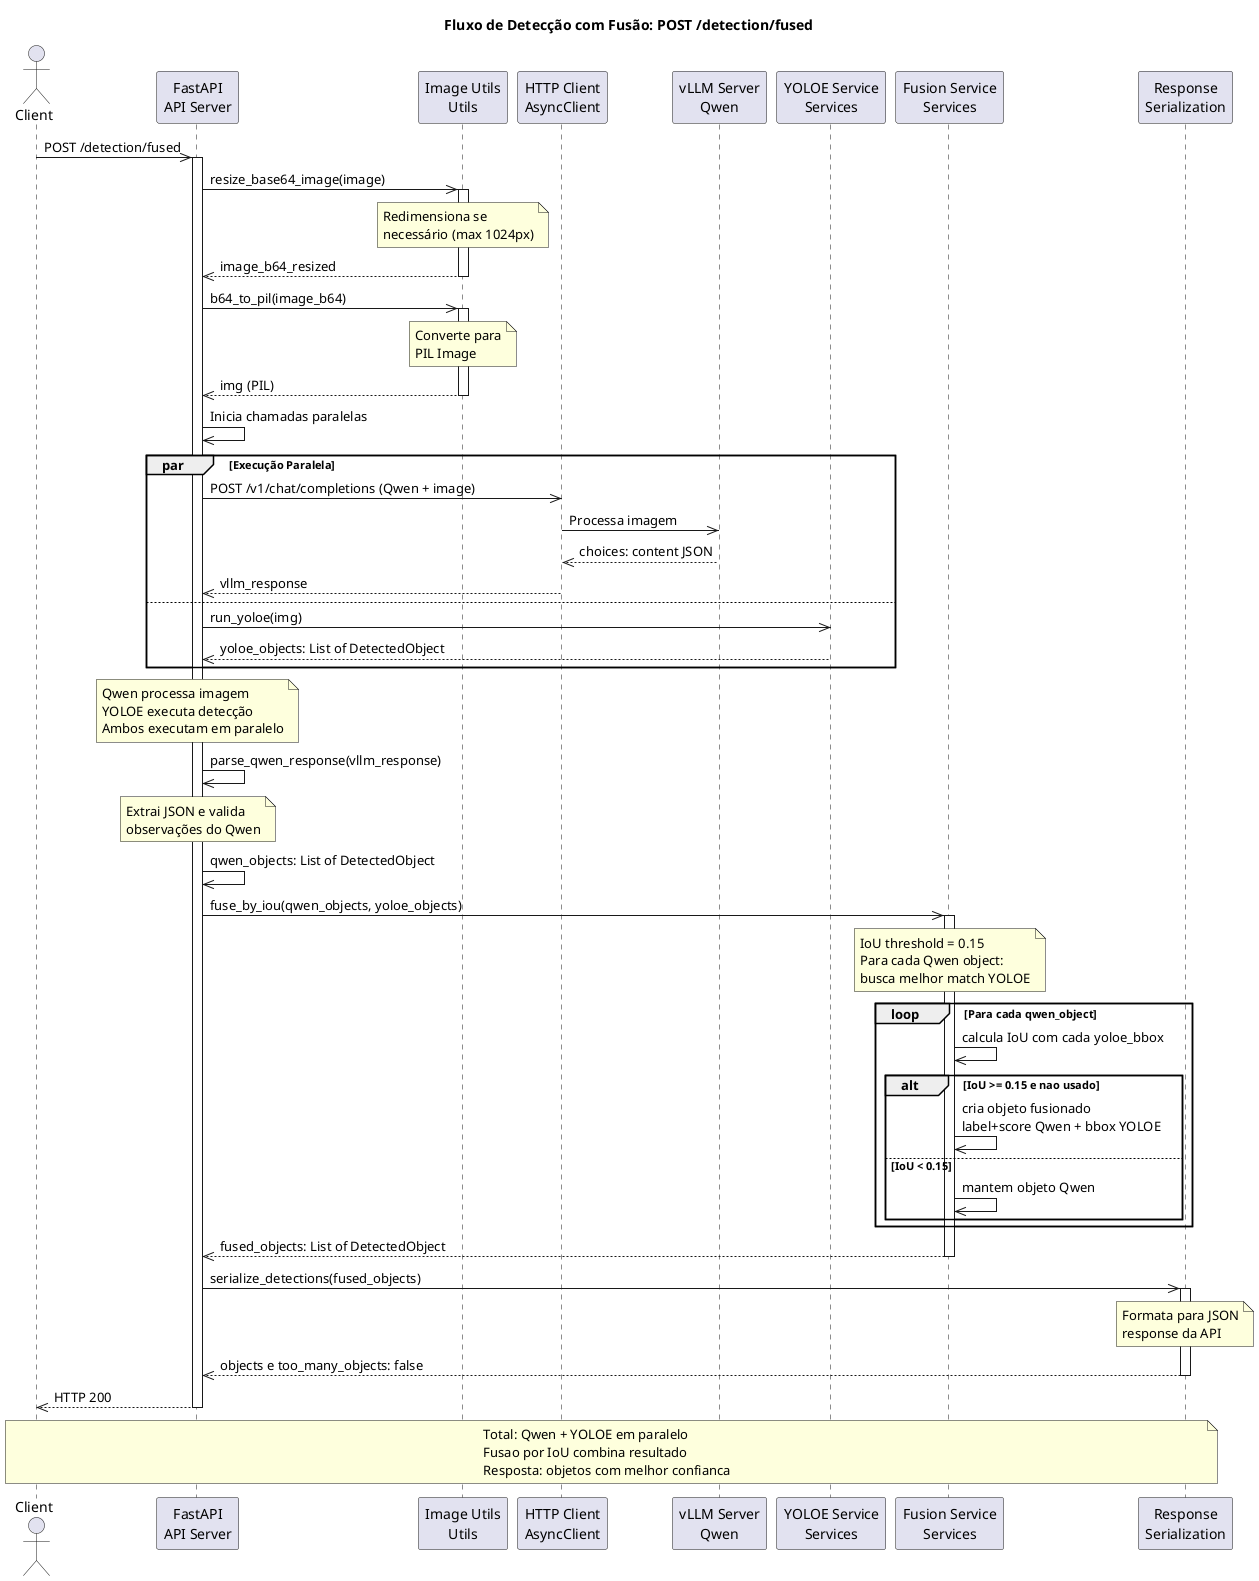
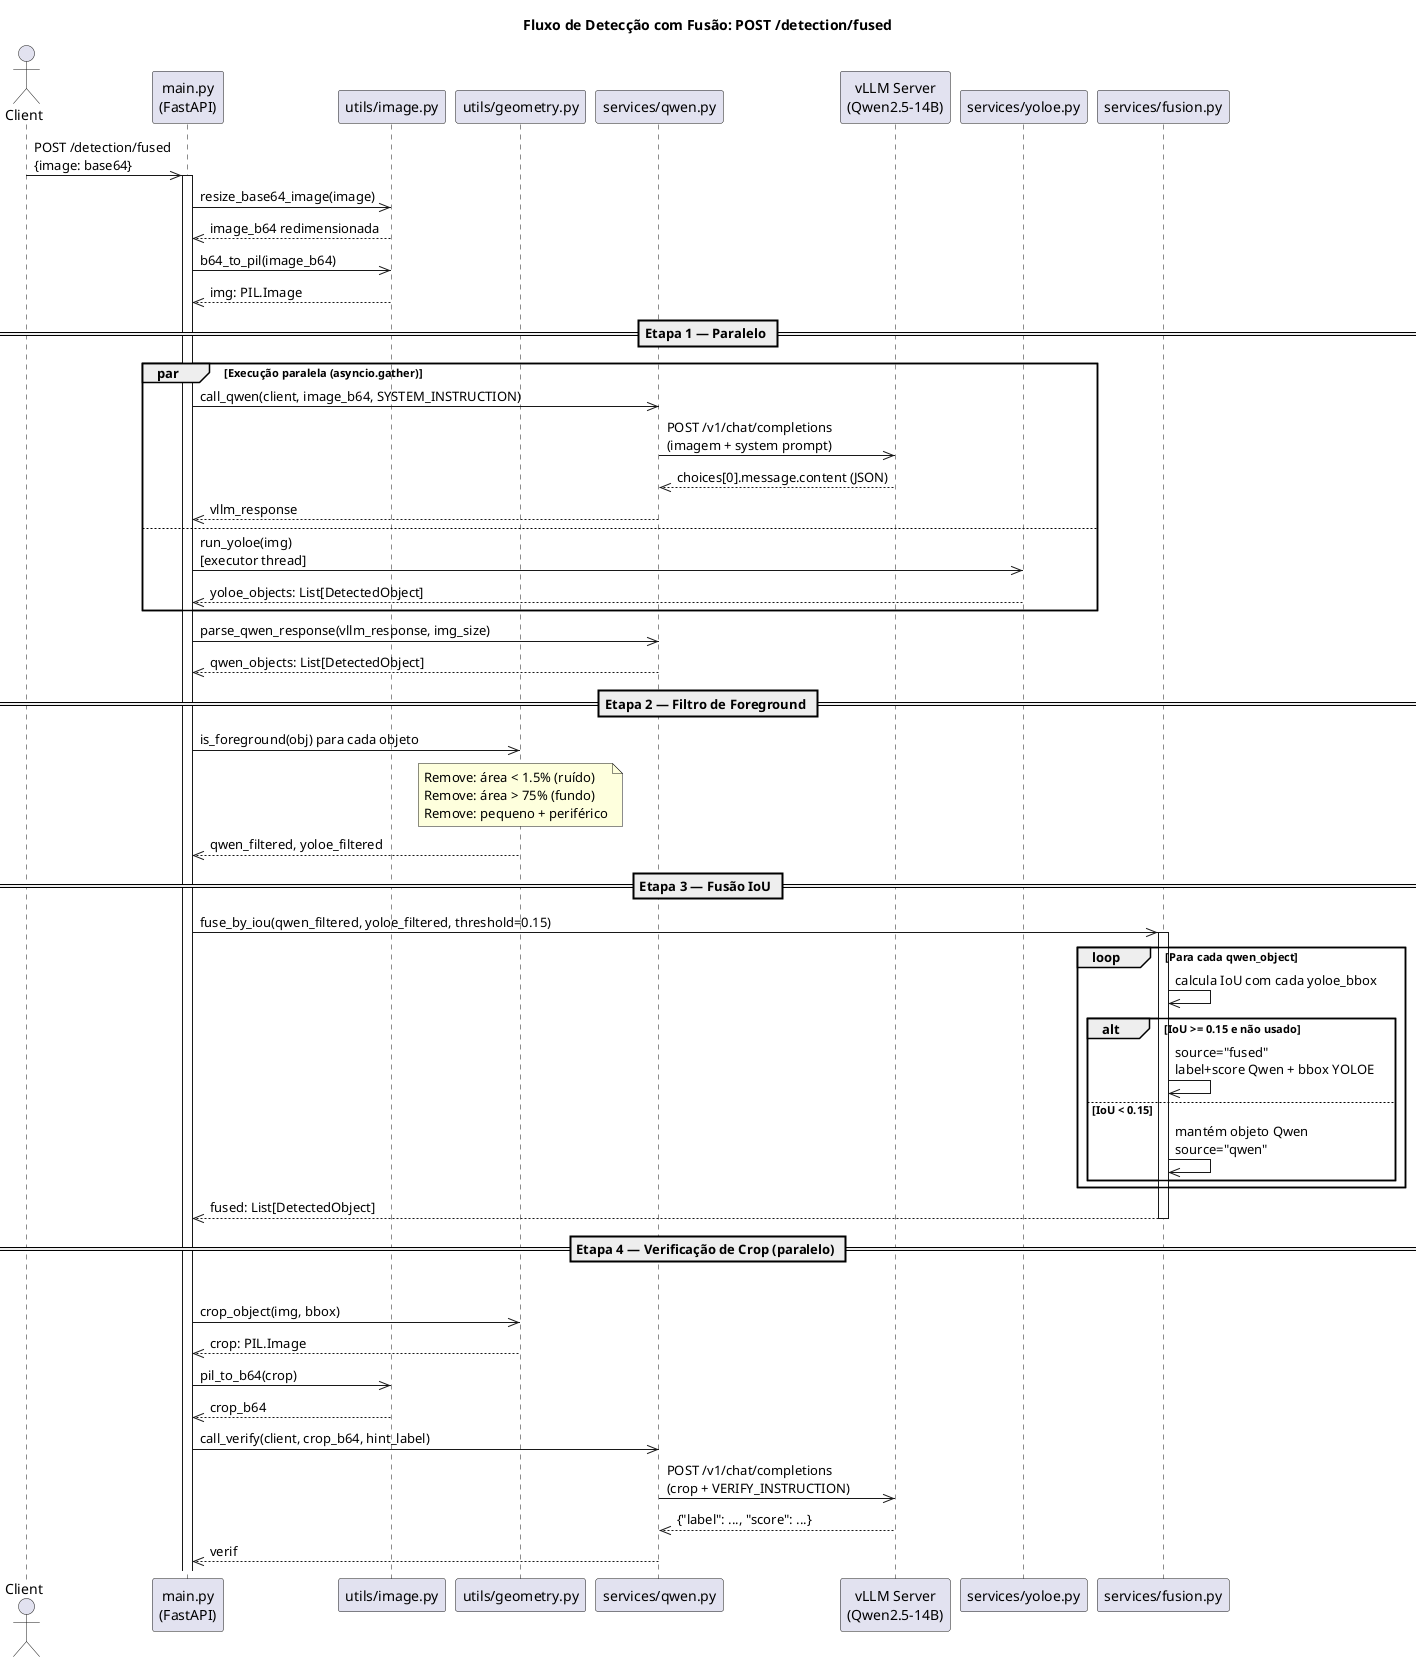
@startuml sequence
title Fluxo de Detecção com Fusão: POST /detection/fused

actor Client as C
- participant "FastAPI\nAPI Server" as API
- participant "Image Utils\nUtils" as IMG
- participant "HTTP Client\nAsyncClient" as HTTP
- participant "vLLM Server\nQwen" as QWEN_SRV
- participant "YOLOE Service\nServices" as YOLOE
- participant "Fusion Service\nServices" as FUSION
- participant "Response\nSerialization" as SER
+ participant "main.py\n(FastAPI)" as API
+ participant "utils/image.py" as IMG
+ participant "utils/geometry.py" as GEO
+ participant "services/qwen.py" as QWEN
+ participant "vLLM Server\n(Qwen2.5-14B)" as VLLM
+ participant "services/yoloe.py" as YOLOE
+ participant "services/fusion.py" as FUSION

- C ->> API: POST /detection/fused
+ C ->> API: POST /detection/fused\n{image: base64}
activate API

API ->> IMG: resize_base64_image(image)
- activate IMG
- note over IMG: Redimensiona se\nnecessário (max 1024px)
- IMG -->> API: image_b64_resized
- deactivate IMG
+ IMG -->> API: image_b64 redimensionada

API ->> IMG: b64_to_pil(image_b64)
- activate IMG
- note over IMG: Converte para\nPIL Image
- IMG -->> API: img (PIL)
- deactivate IMG
+ IMG -->> API: img: PIL.Image

- API ->> API: Inicia chamadas paralelas
- par Execução Paralela
-     API ->> HTTP: POST /v1/chat/completions (Qwen + image)
-     HTTP ->> QWEN_SRV: Processa imagem
-     QWEN_SRV -->> HTTP: choices: content JSON
-     HTTP -->> API: vllm_response
+ == Etapa 1 — Paralelo ==
+ 
+ par Execução paralela (asyncio.gather)
+     API ->> QWEN: call_qwen(client, image_b64, SYSTEM_INSTRUCTION)
+     QWEN ->> VLLM: POST /v1/chat/completions\n(imagem + system prompt)
+     VLLM -->> QWEN: choices[0].message.content (JSON)
+     QWEN -->> API: vllm_response
else
-     API ->> YOLOE: run_yoloe(img)
-     YOLOE -->> API: yoloe_objects: List of DetectedObject
+     API ->> YOLOE: run_yoloe(img)\n[executor thread]
+     YOLOE -->> API: yoloe_objects: List[DetectedObject]
end
- note over API: Qwen processa imagem\nYOLOE executa detecção\nAmbos executam em paralelo

- API ->> API: parse_qwen_response(vllm_response)
- note over API: Extrai JSON e valida\nobservações do Qwen
- API ->> API: qwen_objects: List of DetectedObject
+ API ->> QWEN: parse_qwen_response(vllm_response, img_size)
+ QWEN -->> API: qwen_objects: List[DetectedObject]

- API ->> FUSION: fuse_by_iou(qwen_objects, yoloe_objects)
+ == Etapa 2 — Filtro de Foreground ==
+ 
+ API ->> GEO: is_foreground(obj) para cada objeto
+ note over GEO
+   Remove: área < 1.5% (ruído)
+   Remove: área > 75% (fundo)
+   Remove: pequeno + periférico
+ end note
+ GEO -->> API: qwen_filtered, yoloe_filtered
+ 
+ == Etapa 3 — Fusão IoU ==
+ 
+ API ->> FUSION: fuse_by_iou(qwen_filtered, yoloe_filtered, threshold=0.15)
activate FUSION
- note over FUSION: IoU threshold = 0.15\nPara cada Qwen object:\nbusca melhor match YOLOE
- 
loop Para cada qwen_object
    FUSION ->> FUSION: calcula IoU com cada yoloe_bbox
-     alt IoU >= 0.15 e nao usado
-         FUSION ->> FUSION: cria objeto fusionado\nlabel+score Qwen + bbox YOLOE
+     alt IoU >= 0.15 e não usado
+         FUSION ->> FUSION: source="fused"\nlabel+score Qwen + bbox YOLOE
    else IoU < 0.15
-         FUSION ->> FUSION: mantem objeto Qwen
+         FUSION ->> FUSION: mantém objeto Qwen\nsource="qwen"
    end
end
- 
- FUSION -->> API: fused_objects: List of DetectedObject
+ FUSION -->> API: fused: List[DetectedObject]
deactivate FUSION

- API ->> SER: serialize_detections(fused_objects)
- activate SER
- note over SER: Formata para JSON\nresponse da API
- SER -->> API: objects e too_many_objects: false
- deactivate SER
+ == Etapa 4 — Verificação de Crop (paralelo) ==

- API -->> C: HTTP 200
- deactivate API
- 
- note over C, SER
-   Total: Qwen + YOLOE em paralelo
-   Fusao por IoU combina resultado
-   Resposta: objetos com melhor confianca
- end note
- 
- @enduml+ par call_verify em paralelo para cada objeto
+     API ->> GEO: crop_object(img, bbox)
+     GEO -->> API: crop: PIL.Image
+     API ->> IMG: pil_to_b64(crop)
+     IMG -->> API: crop_b64
+     API ->> QWEN: call_verify(client, crop_b64, hint_label)
+     QWEN ->> VLLM: POST /v1/chat/completions\n(crop + VERIFY_INSTRUCTION)
+     VLLM -->> QWEN: {"label": ..., "score": ...}
+     QWEN -->> API: verif